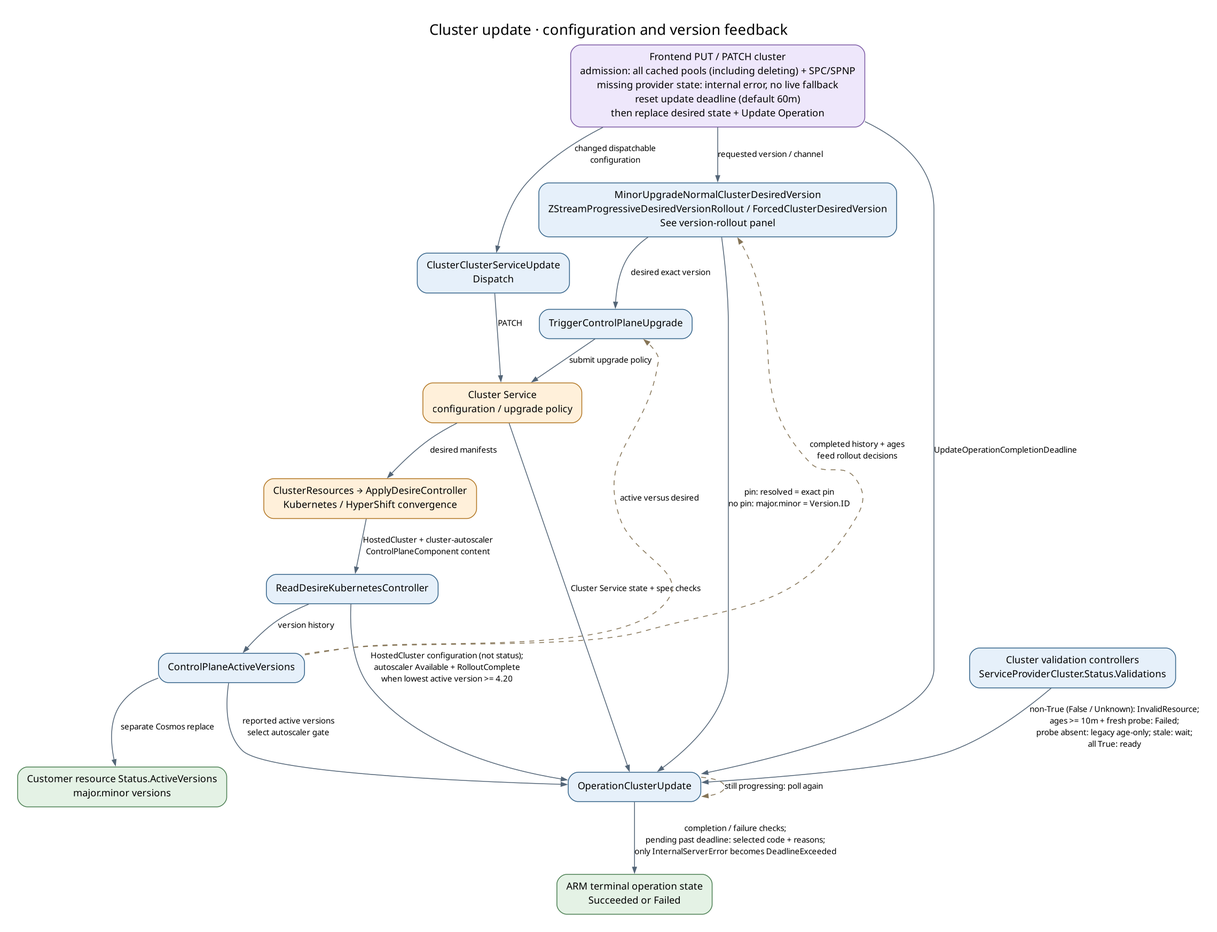
Above: docs/generated/diagrams/controller-flows/cluster-update.png in Azure/ARO-HCP (Graphviz), before the change. Its source is kept beside it as docs/generated/diagrams/controller-flows/cluster-update.dot.
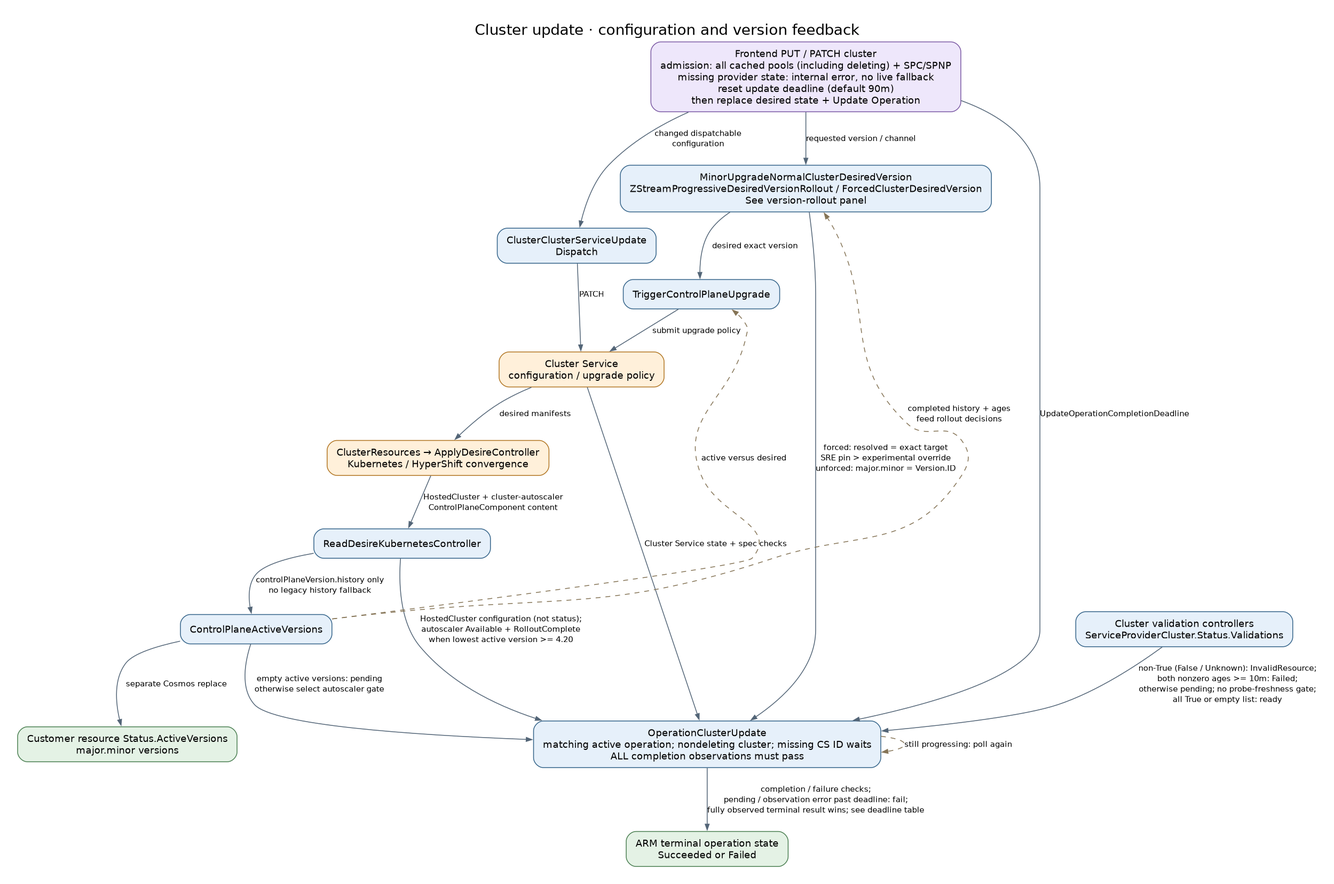
After the commit.

Diff of the diagram source:
```diff
@@ -2,7 +2,7 @@
   graph [rankdir=TB, bgcolor="white", pad="0.3", nodesep="0.4", ranksep="0.55", fontname="DejaVu Sans", fontsize=18, labelloc=t, label="Cluster update · configuration and version feedback", dpi=110];
   node [shape=box, style="rounded,filled", fillcolor="#e6f0fa", color="#35648a", fontname="DejaVu Sans", fontsize=12, margin="0.16,0.10"];
   edge [color="#536577", fontname="DejaVu Sans", fontsize=10, arrowsize=0.7];
-  put [label="Frontend PUT / PATCH cluster\nadmission: all cached pools (including deleting) + SPC/SPNP\nmissing provider state: internal error, no live fallback\nreset update deadline (default 60m)\nthen replace desired state + Update Operation", fillcolor="#eee7fb", color="#7b59a4"];
+  put [label="Frontend PUT / PATCH cluster\nadmission: all cached pools (including deleting) + SPC/SPNP\nmissing provider state: internal error, no live fallback\nreset update deadline (default 90m)\nthen replace desired state + Update Operation", fillcolor="#eee7fb", color="#7b59a4"];
   dispatch [label="ClusterClusterServiceUpdate\nDispatch", fillcolor="#e6f0fa", color="#35648a"];
   desired [label="MinorUpgradeNormalClusterDesiredVersion\nZStreamProgressiveDesiredVersionRollout / ForcedClusterDesiredVersion\nSee version-rollout panel", fillcolor="#e6f0fa", color="#35648a"];
   upgrade [label="TriggerControlPlaneUpgrade", fillcolor="#e6f0fa", color="#35648a"];
@@ -11,23 +11,23 @@
   mirror [label="ReadDesireKubernetesController", fillcolor="#e6f0fa", color="#35648a"];
   active [label="ControlPlaneActiveVersions", fillcolor="#e6f0fa", color="#35648a"];
   validation [label="Cluster validation controllers\nServiceProviderCluster.Status.Validations", fillcolor="#e6f0fa", color="#35648a"];
-  op [label="OperationClusterUpdate", fillcolor="#e6f0fa", color="#35648a"];
+  op [label="OperationClusterUpdate\nmatching active operation; nondeleting cluster; missing CS ID waits\nALL completion observations must pass", fillcolor="#e6f0fa", color="#35648a"];
   done [label="ARM terminal operation state\nSucceeded or Failed", fillcolor="#e4f2e5", color="#4c8053"];
   put -> dispatch [label="changed dispatchable\nconfiguration"];
   put -> desired [label="requested version / channel"];
   desired -> upgrade [label="desired exact version"];
-  desired -> op [label="pin: resolved = exact pin\nno pin: major.minor = Version.ID"];
+  desired -> op [label="forced: resolved = exact target\nSRE pin > experimental override\nunforced: major.minor = Version.ID"];
   dispatch -> cs [label="PATCH"];
   upgrade -> cs [label="submit upgrade policy"];
   cs -> kube [label="desired manifests"];
   kube -> mirror [label="HostedCluster + cluster-autoscaler\nControlPlaneComponent content"];
-  mirror -> active [label="version history"];
+  mirror -> active [label="controlPlaneVersion.history only\nno legacy history fallback"];
   put -> op [label="UpdateOperationCompletionDeadline"];
   cs -> op [label="Cluster Service state + spec checks"];
   mirror -> op [label="HostedCluster configuration (not status);\nautoscaler Available + RolloutComplete\nwhen lowest active version >= 4.20"];
-  active -> op [label="reported active versions\nselect autoscaler gate"];
-  validation -> op [label="non-True (False / Unknown): InvalidResource;\nages >= 10m + fresh probe: Failed;\nprobe absent: legacy age-only; stale: wait;\nall True: ready"];
-  op -> done [label="completion / failure checks;\npending past deadline: selected code + reasons;\nonly InternalServerError becomes DeadlineExceeded"];
+  active -> op [label="empty active versions: pending\notherwise select autoscaler gate"];
+  validation -> op [label="non-True (False / Unknown): InvalidResource;\nboth nonzero ages >= 10m: Failed;\notherwise pending; no probe-freshness gate;\nall True or empty list: ready"];
+  op -> done [label="completion / failure checks;\npending / observation error past deadline: fail;\nfully observed terminal result wins; see deadline table"];
   observed [label="Customer resource Status.ActiveVersions\nmajor.minor versions", fillcolor="#e4f2e5", color="#4c8053"];
   active -> observed [label="separate Cosmos replace"];
   active -> upgrade [label="active versus desired", style=dashed, color="#857456", constraint=false];
```
